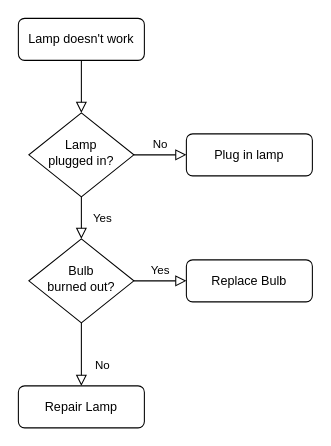
The draw.io diagram Untitled Diagram.drawio in eickhardt/azenty, before the edit. Source tidied: cells renumbered, new cells numbered last; positions are measured from the earlier drawing's top-left corner, leaving out a move shared by most shapes. Both pictures are drawn from the tidied source at 105%, with x=0, y=0 at pixel (18, 18).
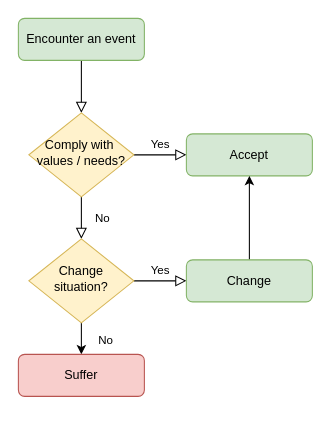
Above is the later version.

Change to the diagram source:
```diff
@@
 <mxGraphModel>
   <root>
     <mxCell id="0" />
     <mxCell id="1" parent="0" />
     <mxCell id="2" style="rounded=0;html=1;jettySize=auto;fontSize=11;endArrow=block;endFill=0;endSize=8;strokeWidth=1;shadow=0;labelBackgroundColor=none;edgeStyle=orthogonalEdgeStyle;" parent="1" edge="1" source="3" target="6">
       <mxGeometry relative="1" as="geometry" />
     </mxCell>
-    <mxCell id="3" value="Lamp doesn't work" style="rounded=1;whiteSpace=wrap;html=1;fontSize=12;glass=0;strokeWidth=1;shadow=0;" parent="1" vertex="1">
+    <mxCell id="3" value="Encounter an event" style="rounded=1;whiteSpace=wrap;html=1;fontSize=12;glass=0;strokeWidth=1;shadow=0;fillColor=#d5e8d4;strokeColor=#82b366;" parent="1" vertex="1">
       <mxGeometry width="120" height="40" as="geometry" />
     </mxCell>
-    <mxCell id="4" value="Yes" style="rounded=0;html=1;jettySize=auto;fontSize=11;endArrow=block;endFill=0;endSize=8;strokeWidth=1;shadow=0;labelBackgroundColor=none;edgeStyle=orthogonalEdgeStyle;" parent="1" edge="1" source="6" target="10">
+    <mxCell id="4" value="No" style="rounded=0;html=1;jettySize=auto;fontSize=11;endArrow=block;endFill=0;endSize=8;strokeWidth=1;shadow=0;labelBackgroundColor=none;edgeStyle=orthogonalEdgeStyle;" parent="1" edge="1" source="6" target="10">
       <mxGeometry y="20" relative="1" as="geometry" />
     </mxCell>
-    <mxCell id="5" value="No" style="edgeStyle=orthogonalEdgeStyle;rounded=0;html=1;jettySize=auto;fontSize=11;endArrow=block;endFill=0;endSize=8;strokeWidth=1;shadow=0;labelBackgroundColor=none;" parent="1" edge="1" source="6" target="7">
+    <mxCell id="5" value="Yes" style="edgeStyle=orthogonalEdgeStyle;rounded=0;html=1;jettySize=auto;fontSize=11;endArrow=block;endFill=0;endSize=8;strokeWidth=1;shadow=0;labelBackgroundColor=none;" parent="1" edge="1" source="6" target="7">
       <mxGeometry y="10" relative="1" as="geometry" />
     </mxCell>
-    <mxCell id="6" value="Lamp&lt;br&gt;plugged in?" style="rhombus;whiteSpace=wrap;html=1;shadow=0;fontFamily=Helvetica;fontSize=12;align=center;strokeWidth=1;spacing=6;spacingTop=-4;" parent="1" vertex="1">
+    <mxCell id="6" value="Comply with&amp;nbsp; values / needs?" style="rhombus;whiteSpace=wrap;html=1;shadow=0;fontFamily=Helvetica;fontSize=12;align=center;strokeWidth=1;spacing=6;spacingTop=-4;fillColor=#fff2cc;strokeColor=#d6b656;" parent="1" vertex="1">
       <mxGeometry x="10" y="90" width="100" height="80" as="geometry" />
     </mxCell>
-    <mxCell id="7" value="Plug in lamp" style="rounded=1;whiteSpace=wrap;html=1;fontSize=12;glass=0;strokeWidth=1;shadow=0;" parent="1" vertex="1">
+    <mxCell id="7" value="Accept" style="rounded=1;whiteSpace=wrap;html=1;fontSize=12;glass=0;strokeWidth=1;shadow=0;fillColor=#d5e8d4;strokeColor=#82b366;" parent="1" vertex="1">
       <mxGeometry x="160" y="110" width="120" height="40" as="geometry" />
     </mxCell>
+    <mxCell id="9" value="Yes" style="edgeStyle=orthogonalEdgeStyle;rounded=0;html=1;jettySize=auto;fontSize=11;endArrow=block;endFill=0;endSize=8;strokeWidth=1;shadow=0;labelBackgroundColor=none;" parent="1" edge="1" source="10" target="12">
+      <mxGeometry y="10" relative="1" as="geometry" />
+    </mxCell>
+    <mxCell id="13" style="edgeStyle=orthogonalEdgeStyle;rounded=0;jettySize=auto;html=1;entryX=0.5;entryY=0;entryDx=0;entryDy=0;" parent="1" edge="1" source="10">
+      <mxGeometry relative="1" as="geometry">
+        <mxPoint x="60" y="320" as="targetPoint" />
+      </mxGeometry>
+    </mxCell>
-    <mxCell id="8" value="No" style="rounded=0;html=1;jettySize=auto;fontSize=11;endArrow=block;endFill=0;endSize=8;strokeWidth=1;shadow=0;labelBackgroundColor=none;edgeStyle=orthogonalEdgeStyle;" parent="1" edge="1" source="10" target="11">
-      <mxGeometry x="0.33" y="20" relative="1" as="geometry" />
+    <mxCell id="8" value="No" style="edgeLabel;html=1;align=center;verticalAlign=middle;" parent="13" vertex="1">
+      <mxGeometry x="-0.15" y="1" relative="1" as="geometry">
+        <mxPoint x="21" y="3" as="offset" />
+      </mxGeometry>
     </mxCell>
-    <mxCell id="9" value="Yes" style="edgeStyle=orthogonalEdgeStyle;rounded=0;html=1;jettySize=auto;fontSize=11;endArrow=block;endFill=0;endSize=8;strokeWidth=1;shadow=0;labelBackgroundColor=none;" parent="1" edge="1" source="10" target="12">
-      <mxGeometry y="10" relative="1" as="geometry" />
-    </mxCell>
-    <mxCell id="10" value="Bulb&lt;br&gt;burned out?" style="rhombus;whiteSpace=wrap;html=1;shadow=0;fontFamily=Helvetica;fontSize=12;align=center;strokeWidth=1;spacing=6;spacingTop=-4;" parent="1" vertex="1">
+    <mxCell id="10" value="Change situation?" style="rhombus;whiteSpace=wrap;html=1;shadow=0;fontFamily=Helvetica;fontSize=12;align=center;strokeWidth=1;spacing=6;spacingTop=-4;fillColor=#fff2cc;strokeColor=#d6b656;" parent="1" vertex="1">
       <mxGeometry x="10" y="210" width="100" height="80" as="geometry" />
     </mxCell>
-    <mxCell id="11" value="Repair Lamp" style="rounded=1;whiteSpace=wrap;html=1;fontSize=12;glass=0;strokeWidth=1;shadow=0;" parent="1" vertex="1">
-      <mxGeometry y="350" width="120" height="40" as="geometry" />
-    </mxCell>
+    <mxCell id="14" style="edgeStyle=orthogonalEdgeStyle;rounded=0;jettySize=auto;html=1;entryX=0.5;entryY=1;entryDx=0;entryDy=0;" parent="1" edge="1" source="12" target="7">
+      <mxGeometry relative="1" as="geometry" />
+    </mxCell>
-    <mxCell id="12" value="Replace Bulb" style="rounded=1;whiteSpace=wrap;html=1;fontSize=12;glass=0;strokeWidth=1;shadow=0;" parent="1" vertex="1">
+    <mxCell id="12" value="Change" style="rounded=1;whiteSpace=wrap;html=1;fontSize=12;glass=0;strokeWidth=1;shadow=0;fillColor=#d5e8d4;strokeColor=#82b366;" parent="1" vertex="1">
       <mxGeometry x="160" y="230" width="120" height="40" as="geometry" />
     </mxCell>
+    <mxCell id="15" value="Suffer" style="rounded=1;whiteSpace=wrap;html=1;fontSize=12;glass=0;strokeWidth=1;shadow=0;fillColor=#f8cecc;strokeColor=#b85450;" parent="1" vertex="1">
+      <mxGeometry y="320" width="120" height="40" as="geometry" />
+    </mxCell>
   </root>
 </mxGraphModel>
```
